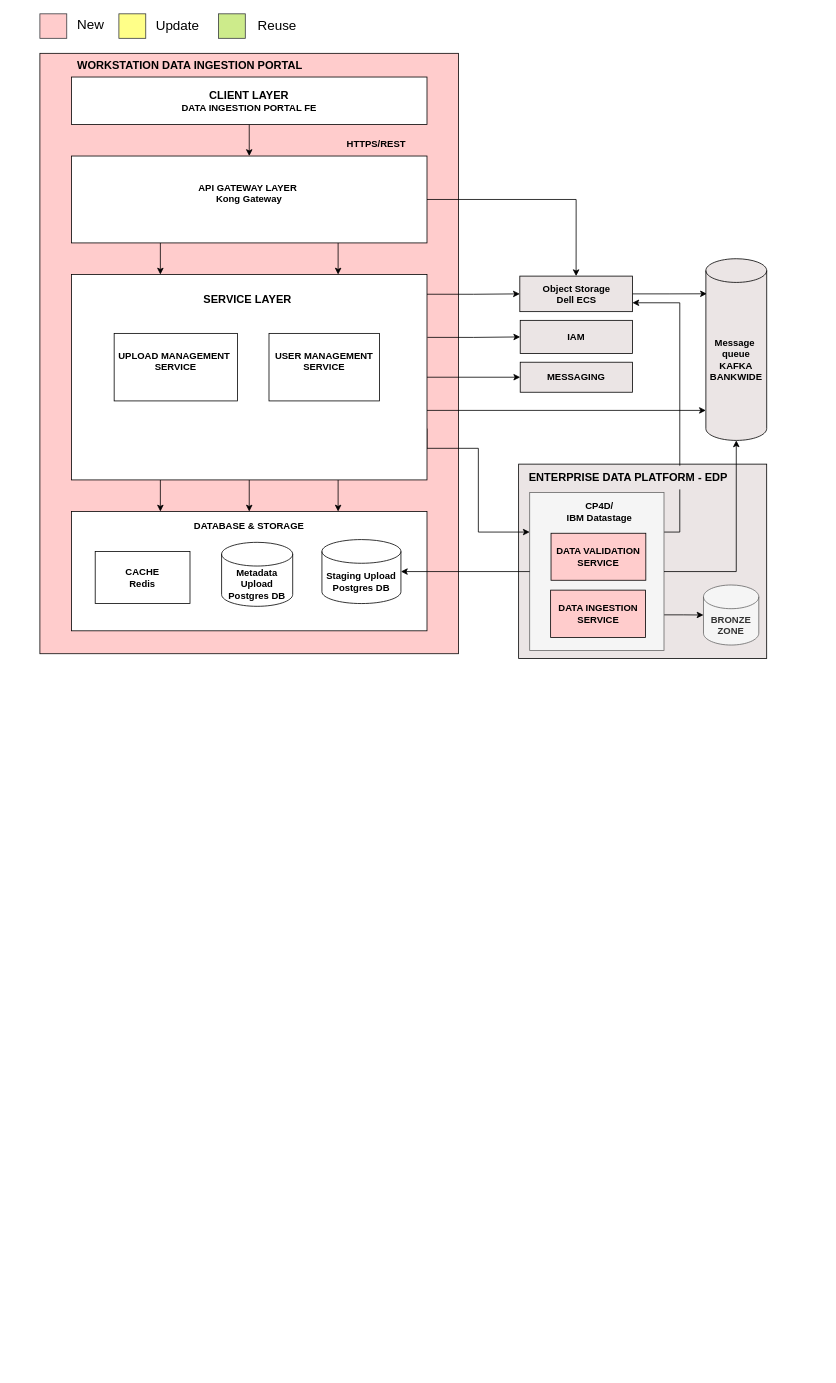
Earlier version of the draw.io diagram page "Overview-NEW" (11 of 13) of docs/App_UL_V1.drawio (vietda1/enterprise-upload-system). Source tidied: cells renumbered, new cells numbered last; positions are measured from the earlier drawing's top-left corner, leaving out a move shared by most shapes. Both pictures are drawn from the tidied source at 79%, with x=0, y=0 at pixel (40, 13).
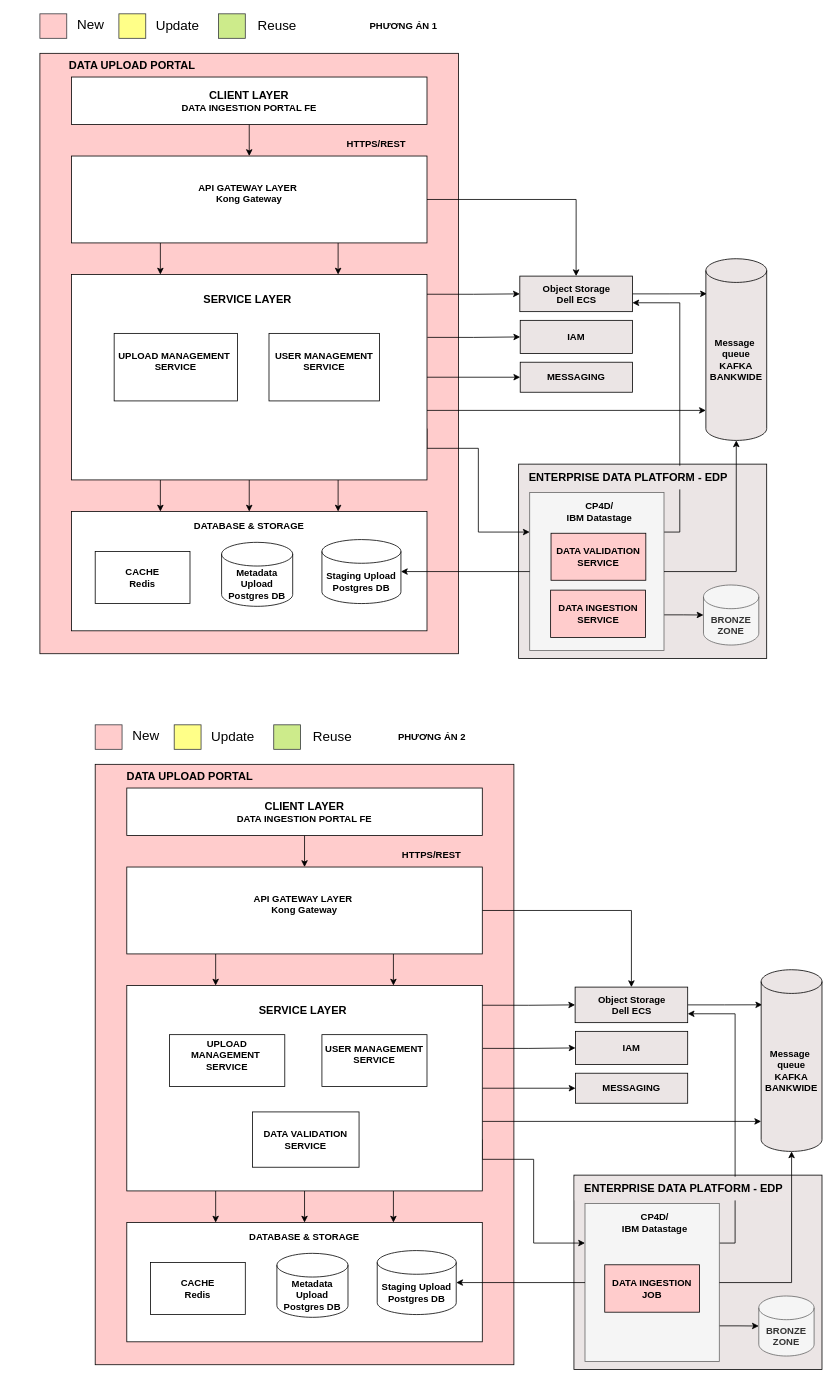
The same diagram, later.

What changed in the source:
```diff
@@
-    <mxCell id="41" value="WORKSTATION DATA INGESTION PORTAL" style="text;html=1;whiteSpace=wrap;strokeColor=none;fillColor=none;align=center;verticalAlign=middle;rounded=0;fontStyle=1;fontSize=14;" parent="1" vertex="1">
-      <mxGeometry x="40" y="50" width="300" height="30" as="geometry" />
+    <mxCell id="41" value="DATA UPLOAD PORTAL" style="text;html=1;whiteSpace=wrap;strokeColor=none;fillColor=none;align=center;verticalAlign=middle;rounded=0;fontStyle=1;fontSize=14;" parent="1" vertex="1">
+      <mxGeometry x="-33" y="50" width="300" height="30" as="geometry" />
     </mxCell>
@@
+    <mxCell id="51" style="rounded=0;whiteSpace=wrap;html=1;fillColor=light-dark(#ebe5e5, #ededed);fontStyle=1;" parent="1" vertex="1">
+      <mxGeometry x="676" y="1470" width="314" height="246" as="geometry" />
+    </mxCell>
+    <mxCell id="52" style="rounded=0;whiteSpace=wrap;html=1;strokeColor=light-dark(#050505, #572b2b);fillColor=light-dark(#ffcccc, #ededed);" parent="1" vertex="1">
+      <mxGeometry x="70" y="950" width="530" height="760" as="geometry" />
+    </mxCell>
+    <mxCell id="53" style="edgeStyle=orthogonalEdgeStyle;rounded=0;jettySize=auto;html=1;exitX=0.5;exitY=1;exitDx=0;exitDy=0;entryX=0.5;entryY=0;entryDx=0;entryDy=0;fontStyle=1;" parent="1" edge="1" source="54" target="58">
+      <mxGeometry relative="1" as="geometry" />
+    </mxCell>
+    <mxCell id="54" value="&lt;font style=&quot;font-size: 14px;&quot;&gt;CLIENT LAYER&lt;/font&gt;&lt;div&gt;DATA INGESTION PORTAL FE&lt;/div&gt;" style="rounded=0;whiteSpace=wrap;html=1;fontStyle=1;" parent="1" vertex="1">
+      <mxGeometry x="110" y="980" width="450" height="60" as="geometry" />
+    </mxCell>
+    <mxCell id="55" style="edgeStyle=orthogonalEdgeStyle;rounded=0;jettySize=auto;html=1;exitX=0.25;exitY=1;exitDx=0;exitDy=0;entryX=0.25;entryY=0;entryDx=0;entryDy=0;fontStyle=1;" parent="1" edge="1" source="58" target="67">
+      <mxGeometry relative="1" as="geometry" />
+    </mxCell>
+    <mxCell id="56" style="edgeStyle=orthogonalEdgeStyle;rounded=0;jettySize=auto;html=1;exitX=0.75;exitY=1;exitDx=0;exitDy=0;entryX=0.75;entryY=0;entryDx=0;entryDy=0;fontStyle=1;" parent="1" edge="1" source="58" target="67">
+      <mxGeometry relative="1" as="geometry" />
+    </mxCell>
+    <mxCell id="57" style="edgeStyle=orthogonalEdgeStyle;rounded=0;jettySize=auto;html=1;exitX=1;exitY=0.5;exitDx=0;exitDy=0;entryX=0.5;entryY=0;entryDx=0;entryDy=0;" parent="1" edge="1" source="58" target="72">
+      <mxGeometry relative="1" as="geometry" />
+    </mxCell>
+    <mxCell id="58" value="API GATEWAY LAYER&amp;nbsp;&lt;div&gt;Kong Gateway&lt;/div&gt;&lt;div&gt;&lt;br&gt;&lt;/div&gt;" style="rounded=0;whiteSpace=wrap;html=1;fontStyle=1;" parent="1" vertex="1">
+      <mxGeometry x="110" y="1080" width="450" height="110" as="geometry" />
+    </mxCell>
+    <mxCell id="59" style="edgeStyle=orthogonalEdgeStyle;rounded=0;jettySize=auto;html=1;exitX=0.25;exitY=1;exitDx=0;exitDy=0;entryX=0.25;entryY=0;entryDx=0;entryDy=0;fontStyle=1;" parent="1" edge="1" source="67" target="70">
+      <mxGeometry relative="1" as="geometry" />
+    </mxCell>
+    <mxCell id="60" style="edgeStyle=orthogonalEdgeStyle;rounded=0;jettySize=auto;html=1;exitX=0.5;exitY=1;exitDx=0;exitDy=0;entryX=0.5;entryY=0;entryDx=0;entryDy=0;fontStyle=1;" parent="1" edge="1" source="67" target="70">
+      <mxGeometry relative="1" as="geometry" />
+    </mxCell>
+    <mxCell id="61" style="edgeStyle=orthogonalEdgeStyle;rounded=0;jettySize=auto;html=1;exitX=0.75;exitY=1;exitDx=0;exitDy=0;entryX=0.75;entryY=0;entryDx=0;entryDy=0;fontStyle=1;" parent="1" edge="1" source="67" target="70">
+      <mxGeometry relative="1" as="geometry" />
+    </mxCell>
+    <mxCell id="62" style="edgeStyle=orthogonalEdgeStyle;rounded=0;orthogonalLoop=1;jettySize=auto;html=1;entryX=0;entryY=1;entryDx=0;entryDy=-15;exitX=1;exitY=0.75;exitDx=0;exitDy=0;entryPerimeter=0;" parent="1" edge="1">
+      <mxGeometry relative="1" as="geometry">
+        <mxPoint x="560" y="1402" as="sourcePoint" />
+        <mxPoint x="913" y="1402" as="targetPoint" />
+      </mxGeometry>
+    </mxCell>
+    <mxCell id="63" style="edgeStyle=orthogonalEdgeStyle;rounded=0;jettySize=auto;html=1;exitX=1;exitY=0.5;exitDx=0;exitDy=0;entryX=0;entryY=0.5;entryDx=0;entryDy=0;" parent="1" edge="1" source="67" target="92">
+      <mxGeometry relative="1" as="geometry" />
+    </mxCell>
+    <mxCell id="64" style="edgeStyle=orthogonalEdgeStyle;rounded=0;jettySize=auto;html=1;entryX=0;entryY=0.5;entryDx=0;entryDy=0;exitX=0.999;exitY=0.096;exitDx=0;exitDy=0;exitPerimeter=0;" parent="1" edge="1" source="67" target="72">
+      <mxGeometry relative="1" as="geometry" />
+    </mxCell>
+    <mxCell id="65" style="edgeStyle=orthogonalEdgeStyle;rounded=0;jettySize=auto;html=1;exitX=1;exitY=0.75;exitDx=0;exitDy=0;entryX=0;entryY=0.25;entryDx=0;entryDy=0;" parent="1" edge="1" source="67" target="79">
+      <mxGeometry relative="1" as="geometry">
+        <Array as="points">
+          <mxPoint x="560" y="1450" />
+          <mxPoint x="625" y="1450" />
+          <mxPoint x="625" y="1556" />
+        </Array>
+      </mxGeometry>
+    </mxCell>
+    <mxCell id="66" style="edgeStyle=orthogonalEdgeStyle;rounded=0;jettySize=auto;html=1;exitX=1.001;exitY=0.306;exitDx=0;exitDy=0;entryX=0;entryY=0.5;entryDx=0;entryDy=0;exitPerimeter=0;" parent="1" edge="1" source="67" target="75">
+      <mxGeometry relative="1" as="geometry" />
+    </mxCell>
+    <mxCell id="67" value="&lt;font style=&quot;font-size: 14px;&quot;&gt;SERVICE LAYER&amp;nbsp;&lt;/font&gt;&lt;div&gt;&lt;font style=&quot;font-size: 14px;&quot;&gt;&lt;br&gt;&lt;/font&gt;&lt;/div&gt;&lt;div&gt;&lt;font style=&quot;font-size: 14px;&quot;&gt;&lt;br&gt;&lt;/font&gt;&lt;/div&gt;&lt;div&gt;&lt;font style=&quot;font-size: 14px;&quot;&gt;&lt;br&gt;&lt;/font&gt;&lt;/div&gt;&lt;div&gt;&lt;font style=&quot;font-size: 14px;&quot;&gt;&lt;br&gt;&lt;/font&gt;&lt;/div&gt;&lt;div&gt;&lt;br&gt;&lt;/div&gt;&lt;div&gt;&lt;font style=&quot;font-size: 14px;&quot;&gt;&lt;br&gt;&lt;/font&gt;&lt;/div&gt;&lt;div&gt;&lt;font style=&quot;font-size: 14px;&quot;&gt;&lt;br&gt;&lt;/font&gt;&lt;/div&gt;&lt;div&gt;&lt;font style=&quot;font-size: 14px;&quot;&gt;&lt;br&gt;&lt;/font&gt;&lt;/div&gt;&lt;div&gt;&lt;font style=&quot;font-size: 14px;&quot;&gt;&lt;br&gt;&lt;/font&gt;&lt;/div&gt;&lt;div&gt;&lt;font style=&quot;font-size: 14px;&quot;&gt;&lt;br&gt;&lt;/font&gt;&lt;/div&gt;&lt;div&gt;&lt;font style=&quot;font-size: 14px;&quot;&gt;&lt;br&gt;&lt;/font&gt;&lt;/div&gt;&lt;div&gt;&lt;br&gt;&lt;/div&gt;" style="rounded=0;whiteSpace=wrap;html=1;fontStyle=1;" parent="1" vertex="1">
+      <mxGeometry x="110" y="1230" width="450" height="260" as="geometry" />
+    </mxCell>
+    <mxCell id="68" value="UPLOAD MANAGEMENT&amp;nbsp;&lt;div&gt;SERVICE&lt;div&gt;&lt;br&gt;&lt;/div&gt;&lt;/div&gt;" style="rounded=0;whiteSpace=wrap;html=1;fontStyle=1;" parent="1" vertex="1">
+      <mxGeometry x="164" y="1292.2" width="146" height="65.5" as="geometry" />
+    </mxCell>
+    <mxCell id="69" value="USER MANAGEMENT&lt;div&gt;SERVICE&lt;div&gt;&lt;br&gt;&lt;/div&gt;&lt;/div&gt;" style="rounded=0;whiteSpace=wrap;html=1;fontStyle=1;" parent="1" vertex="1">
+      <mxGeometry x="357" y="1292.2" width="133" height="65.5" as="geometry" />
+    </mxCell>
+    <mxCell id="70" value="&lt;div&gt;DATABASE &amp;amp; STORAGE&lt;/div&gt;&lt;div&gt;&lt;br&gt;&lt;/div&gt;&lt;div&gt;&lt;br&gt;&lt;/div&gt;&lt;div&gt;&lt;br&gt;&lt;/div&gt;&lt;div&gt;&lt;br&gt;&lt;/div&gt;&lt;div&gt;&lt;br&gt;&lt;/div&gt;&lt;div&gt;&lt;br&gt;&lt;/div&gt;&lt;div&gt;&lt;br&gt;&lt;/div&gt;&lt;div&gt;&lt;br&gt;&lt;/div&gt;" style="rounded=0;whiteSpace=wrap;html=1;fontStyle=1;" parent="1" vertex="1">
+      <mxGeometry x="110" y="1530" width="450" height="151" as="geometry" />
+    </mxCell>
+    <mxCell id="71" style="edgeStyle=orthogonalEdgeStyle;rounded=0;jettySize=auto;html=1;exitX=1;exitY=0.5;exitDx=0;exitDy=0;entryX=0.017;entryY=0.193;entryDx=0;entryDy=0;entryPerimeter=0;" parent="1" edge="1" source="72" target="98">
+      <mxGeometry relative="1" as="geometry" />
+    </mxCell>
+    <mxCell id="72" value="Object Storage&lt;div&gt;Dell ECS&lt;/div&gt;" style="rounded=0;whiteSpace=wrap;html=1;fillColor=light-dark(#ebe5e5, #ededed);fontStyle=1;" parent="1" vertex="1">
+      <mxGeometry x="677.5" y="1232" width="142.5" height="45" as="geometry" />
+    </mxCell>
+    <mxCell id="73" value="CACHE&lt;div&gt;Redis&lt;/div&gt;" style="rounded=0;whiteSpace=wrap;html=1;fontStyle=1;" parent="1" vertex="1">
+      <mxGeometry x="140" y="1580.5" width="120" height="66" as="geometry" />
+    </mxCell>
+    <mxCell id="74" value="HTTPS/REST" style="text;html=1;whiteSpace=wrap;strokeColor=none;fillColor=none;align=center;verticalAlign=middle;rounded=0;fontStyle=1;" parent="1" vertex="1">
+      <mxGeometry x="466" y="1050" width="60" height="30" as="geometry" />
+    </mxCell>
+    <mxCell id="75" value="IAM" style="rounded=0;whiteSpace=wrap;html=1;fillColor=light-dark(#ebe5e5, #ededed);fontStyle=1;" parent="1" vertex="1">
+      <mxGeometry x="678" y="1288" width="142" height="42" as="geometry" />
+    </mxCell>
+    <mxCell id="76" value="BRONZE&lt;div&gt;ZONE&lt;/div&gt;" style="shape=cylinder3;whiteSpace=wrap;html=1;boundedLbl=1;backgroundOutline=1;size=15;fillColor=#f5f5f5;fontStyle=1;fontColor=#333333;strokeColor=#666666;" parent="1" vertex="1">
+      <mxGeometry x="910" y="1623" width="70" height="76" as="geometry" />
+    </mxCell>
+    <mxCell id="77" style="edgeStyle=orthogonalEdgeStyle;rounded=0;jettySize=auto;html=1;exitX=0.992;exitY=0.774;exitDx=0;exitDy=0;exitPerimeter=0;" parent="1" edge="1" source="79" target="76">
+      <mxGeometry relative="1" as="geometry" />
+    </mxCell>
+    <mxCell id="78" style="edgeStyle=orthogonalEdgeStyle;rounded=0;jettySize=auto;html=1;exitX=1;exitY=0.25;exitDx=0;exitDy=0;entryX=1;entryY=0.75;entryDx=0;entryDy=0;" parent="1" edge="1" source="79" target="72">
+      <mxGeometry relative="1" as="geometry" />
+    </mxCell>
+    <mxCell id="79" style="rounded=0;whiteSpace=wrap;html=1;fillColor=#f5f5f5;fontStyle=1;strokeColor=#666666;fontColor=#333333;" parent="1" vertex="1">
+      <mxGeometry x="690" y="1506" width="170" height="200" as="geometry" />
+    </mxCell>
+    <mxCell id="80" value="&lt;font style=&quot;font-size: 14px;&quot;&gt;ENTERPRISE DATA PLATFORM - EDP&lt;/font&gt;" style="text;html=1;whiteSpace=wrap;strokeColor=none;fillColor=light-dark(#ebe5e5, #ededed);align=center;verticalAlign=middle;rounded=0;fontStyle=1;" parent="1" vertex="1">
+      <mxGeometry x="677" y="1472" width="276" height="30" as="geometry" />
+    </mxCell>
+    <mxCell id="81" style="group;" parent="1" vertex="1">
+      <mxGeometry x="70" y="900" width="94" height="31" as="geometry" />
+    </mxCell>
+    <mxCell id="82" style="rounded=0;whiteSpace=wrap;html=1;strokeColor=#36393d;fillColor=#ffcccc;fontSize=17;" parent="81" vertex="1">
+      <mxGeometry width="34" height="31" as="geometry" />
+    </mxCell>
+    <mxCell id="83" value="&lt;font color=&quot;#000000&quot;&gt;New&lt;/font&gt;" style="text;html=1;align=center;verticalAlign=middle;strokeColor=none;fillColor=none;fontColor=#FF0000;fontSize=17;" parent="81" vertex="1">
+      <mxGeometry x="34" width="60" height="30" as="geometry" />
+    </mxCell>
+    <mxCell id="84" style="group;" parent="1" vertex="1">
+      <mxGeometry x="170" y="900" width="104" height="31" as="geometry" />
+    </mxCell>
+    <mxCell id="85" style="rounded=0;whiteSpace=wrap;html=1;strokeColor=#36393d;fillColor=#ffff88;fontSize=17;" parent="84" vertex="1">
+      <mxGeometry width="34" height="31" as="geometry" />
+    </mxCell>
+    <mxCell id="86" value="&lt;font color=&quot;#000000&quot;&gt;Update&lt;/font&gt;" style="text;html=1;align=center;verticalAlign=middle;strokeColor=none;fillColor=none;fontColor=#FF0000;fontSize=17;" parent="84" vertex="1">
+      <mxGeometry x="34" y="1" width="80" height="30" as="geometry" />
+    </mxCell>
+    <mxCell id="87" style="group;" parent="1" vertex="1">
+      <mxGeometry x="296" y="900" width="109" height="31" as="geometry" />
+    </mxCell>
+    <mxCell id="88" style="rounded=0;whiteSpace=wrap;html=1;strokeColor=#36393d;fillColor=#cdeb8b;fontSize=17;" parent="87" vertex="1">
+      <mxGeometry width="34" height="31" as="geometry" />
+    </mxCell>
+    <mxCell id="89" value="&lt;font color=&quot;#000000&quot;&gt;Reuse&lt;/font&gt;" style="text;html=1;align=center;verticalAlign=middle;strokeColor=none;fillColor=none;fontColor=#FF0000;fontSize=17;" parent="87" vertex="1">
+      <mxGeometry x="39" y="1" width="70" height="30" as="geometry" />
+    </mxCell>
+    <mxCell id="90" value="DATA UPLOAD PORTAL" style="text;html=1;whiteSpace=wrap;strokeColor=none;fillColor=none;align=center;verticalAlign=middle;rounded=0;fontStyle=1;fontSize=14;" parent="1" vertex="1">
+      <mxGeometry x="40" y="950" width="300" height="30" as="geometry" />
+    </mxCell>
+    <mxCell id="91" value="Staging Upload&lt;div&gt;Postgres DB&lt;/div&gt;" style="shape=cylinder3;whiteSpace=wrap;html=1;boundedLbl=1;backgroundOutline=1;size=15;fontStyle=1;" parent="1" vertex="1">
+      <mxGeometry x="427" y="1565.5" width="100" height="81" as="geometry" />
+    </mxCell>
+    <mxCell id="92" value="MESSAGING" style="rounded=0;whiteSpace=wrap;html=1;fillColor=light-dark(#ebe5e5, #ededed);fontStyle=1;" parent="1" vertex="1">
+      <mxGeometry x="678" y="1341" width="142" height="38" as="geometry" />
+    </mxCell>
+    <mxCell id="93" value="Metadata Upload&lt;div&gt;Postgres DB&lt;/div&gt;" style="shape=cylinder3;whiteSpace=wrap;html=1;boundedLbl=1;backgroundOutline=1;size=15;fontStyle=1;" parent="1" vertex="1">
+      <mxGeometry x="300" y="1569" width="90" height="81" as="geometry" />
+    </mxCell>
+    <mxCell id="94" style="edgeStyle=orthogonalEdgeStyle;rounded=0;jettySize=auto;html=1;exitX=0;exitY=0.5;exitDx=0;exitDy=0;entryX=1;entryY=0.5;entryDx=0;entryDy=0;entryPerimeter=0;" parent="1" edge="1" source="79" target="91">
+      <mxGeometry relative="1" as="geometry" />
+    </mxCell>
+    <mxCell id="95" value="&lt;b&gt;CP4D/&lt;/b&gt;&lt;br&gt;&lt;div style=&quot;font-weight: 700;&quot;&gt;IBM Datastage&lt;/div&gt;" style="text;html=1;whiteSpace=wrap;strokeColor=none;fillColor=none;align=center;verticalAlign=middle;rounded=0;" parent="1" vertex="1">
+      <mxGeometry x="725.5" y="1515" width="104.5" height="30" as="geometry" />
+    </mxCell>
+    <mxCell id="96" value="&lt;div&gt;&lt;div&gt;DATA VALIDATION SERVICE&lt;/div&gt;&lt;/div&gt;" style="rounded=0;whiteSpace=wrap;html=1;fontStyle=1;" parent="1" vertex="1">
+      <mxGeometry x="269" y="1390" width="135" height="70" as="geometry" />
+    </mxCell>
+    <mxCell id="97" value="&lt;div&gt;&lt;div&gt;DATA INGESTION JOB&lt;/div&gt;&lt;/div&gt;" style="rounded=0;whiteSpace=wrap;html=1;fontStyle=1;fillColor=light-dark(#ffcccc, #ededed);" parent="1" vertex="1">
+      <mxGeometry x="715" y="1583.5" width="120" height="60" as="geometry" />
+    </mxCell>
+    <mxCell id="98" value="Message&amp;nbsp;&lt;div&gt;queue&lt;/div&gt;&lt;div&gt;KAFKA BANKWIDE&lt;/div&gt;" style="shape=cylinder3;whiteSpace=wrap;html=1;boundedLbl=1;backgroundOutline=1;size=15;fillColor=light-dark(#ebe5e5, #ededed);fontStyle=1;" parent="1" vertex="1">
+      <mxGeometry x="913" y="1210" width="77" height="230" as="geometry" />
+    </mxCell>
+    <mxCell id="99" style="edgeStyle=orthogonalEdgeStyle;rounded=0;jettySize=auto;html=1;exitX=1;exitY=0.5;exitDx=0;exitDy=0;entryX=0.5;entryY=1;entryDx=0;entryDy=0;entryPerimeter=0;" parent="1" edge="1" source="79" target="98">
+      <mxGeometry relative="1" as="geometry" />
+    </mxCell>
+    <mxCell id="100" value="PHƯƠNG ÁN 2" style="text;html=1;whiteSpace=wrap;strokeColor=none;fillColor=none;align=center;verticalAlign=middle;rounded=0;fontStyle=1;" parent="1" vertex="1">
+      <mxGeometry x="310" y="901" width="373" height="30" as="geometry" />
+    </mxCell>
+    <mxCell id="101" value="PHƯƠNG ÁN 1" style="text;html=1;whiteSpace=wrap;strokeColor=none;fillColor=none;align=center;verticalAlign=middle;rounded=0;fontStyle=1;" parent="1" vertex="1">
+      <mxGeometry x="273.5" y="1" width="373" height="30" as="geometry" />
+    </mxCell>
```
